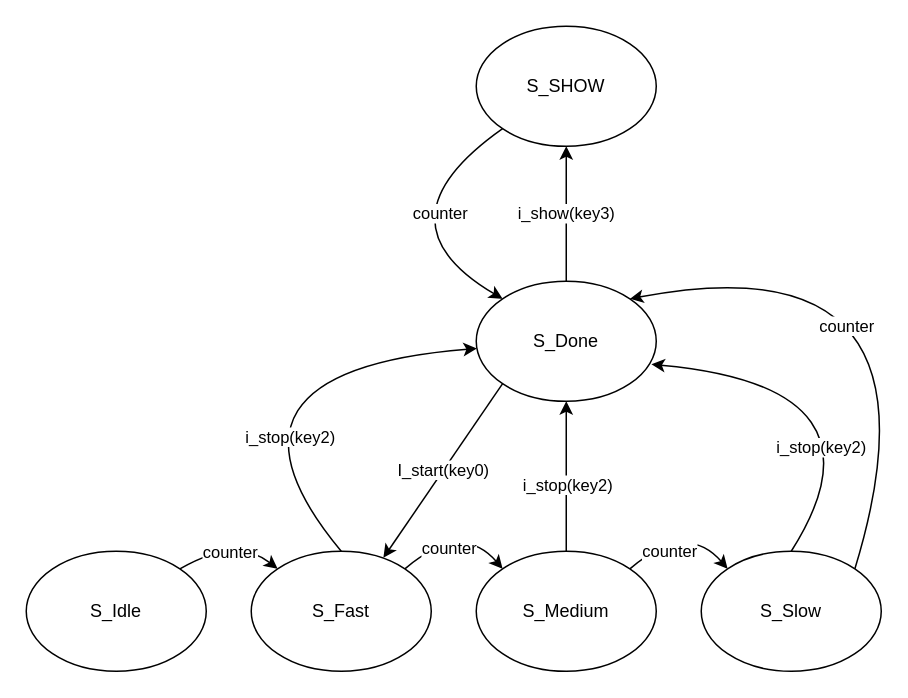
This is Lab1/doc/state.drawio from shawntsai0312/NTUEE_DIGITAL_CIRCUIT_LAB_24FALL, a draw.io file, before an edit. Source tidied: cells renumbered, new cells numbered last; positions are measured from the earlier drawing's top-left corner, leaving out a move shared by most shapes. Both pictures are drawn from the tidied source at 150%, with x=0, y=0 at pixel (26, 26).
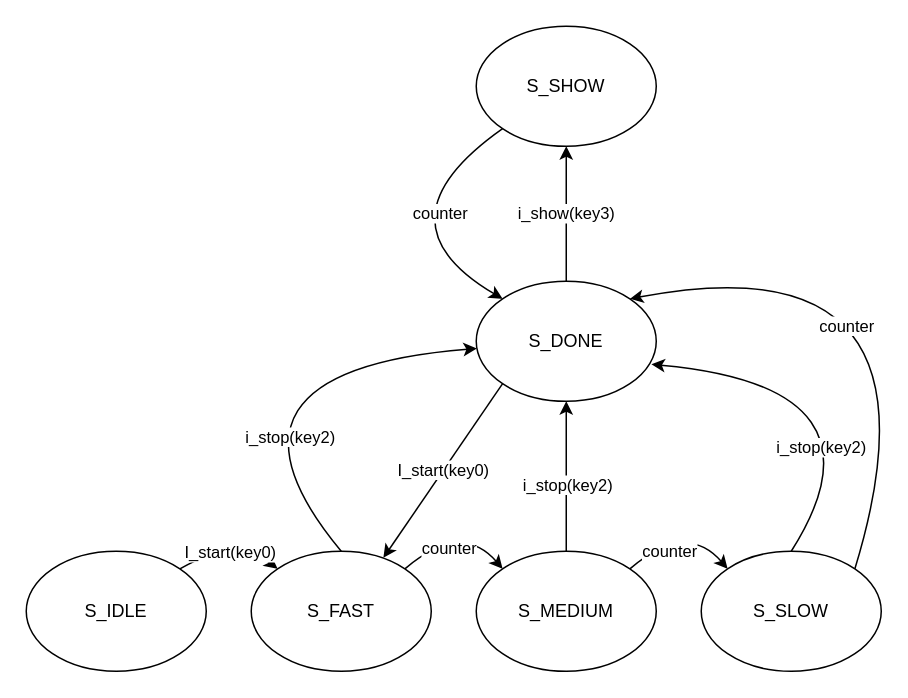
Above is the later version.

Unchanged cells that the change refers to:
```xml
<mxCell id="2" style="edgeStyle=none;curved=1;html=1;exitX=1;exitY=0;exitDx=0;exitDy=0;entryX=0;entryY=0;entryDx=0;entryDy=0;" parent="1" edge="1" source="4" target="7">
  <mxGeometry relative="1" as="geometry">
    <Array as="points">
      <mxPoint x="140" y="340" />
    </Array>
  </mxGeometry>
</mxCell>
```

Diff of the diagram source:
```diff
@@
-    <mxCell id="3" value="counter" style="edgeLabel;html=1;align=center;verticalAlign=middle;" parent="2" vertex="1">
+    <mxCell id="3" value="I_start(key0)" style="edgeLabel;html=1;align=center;verticalAlign=middle;" parent="2" vertex="1">
       <mxGeometry x="-0.13" y="-7" relative="1" as="geometry" />
     </mxCell>
-    <mxCell id="4" value="S_Idle" style="ellipse;whiteSpace=wrap;html=1;" parent="1" vertex="1">
+    <mxCell id="4" value="S_IDLE" style="ellipse;whiteSpace=wrap;html=1;" parent="1" vertex="1">
       <mxGeometry y="350" width="120" height="80" as="geometry" />
     </mxCell>
@@
-    <mxCell id="7" value="S_Fast" style="ellipse;whiteSpace=wrap;html=1;" parent="1" vertex="1">
+    <mxCell id="7" value="S_FAST" style="ellipse;whiteSpace=wrap;html=1;" parent="1" vertex="1">
       <mxGeometry x="150" y="350" width="120" height="80" as="geometry" />
     </mxCell>
@@
-    <mxCell id="12" value="S_Medium" style="ellipse;whiteSpace=wrap;html=1;" parent="1" vertex="1">
+    <mxCell id="12" value="S_MEDIUM" style="ellipse;whiteSpace=wrap;html=1;" parent="1" vertex="1">
       <mxGeometry x="300" y="350" width="120" height="80" as="geometry" />
     </mxCell>
@@
-    <mxCell id="17" value="S_Slow" style="ellipse;whiteSpace=wrap;html=1;" parent="1" vertex="1">
+    <mxCell id="17" value="S_SLOW" style="ellipse;whiteSpace=wrap;html=1;" parent="1" vertex="1">
       <mxGeometry x="450" y="350" width="120" height="80" as="geometry" />
     </mxCell>
@@
-    <mxCell id="20" value="S_Done" style="ellipse;whiteSpace=wrap;html=1;" parent="1" vertex="1">
+    <mxCell id="20" value="S_DONE" style="ellipse;whiteSpace=wrap;html=1;" parent="1" vertex="1">
       <mxGeometry x="300" y="170" width="120" height="80" as="geometry" />
     </mxCell>
```
